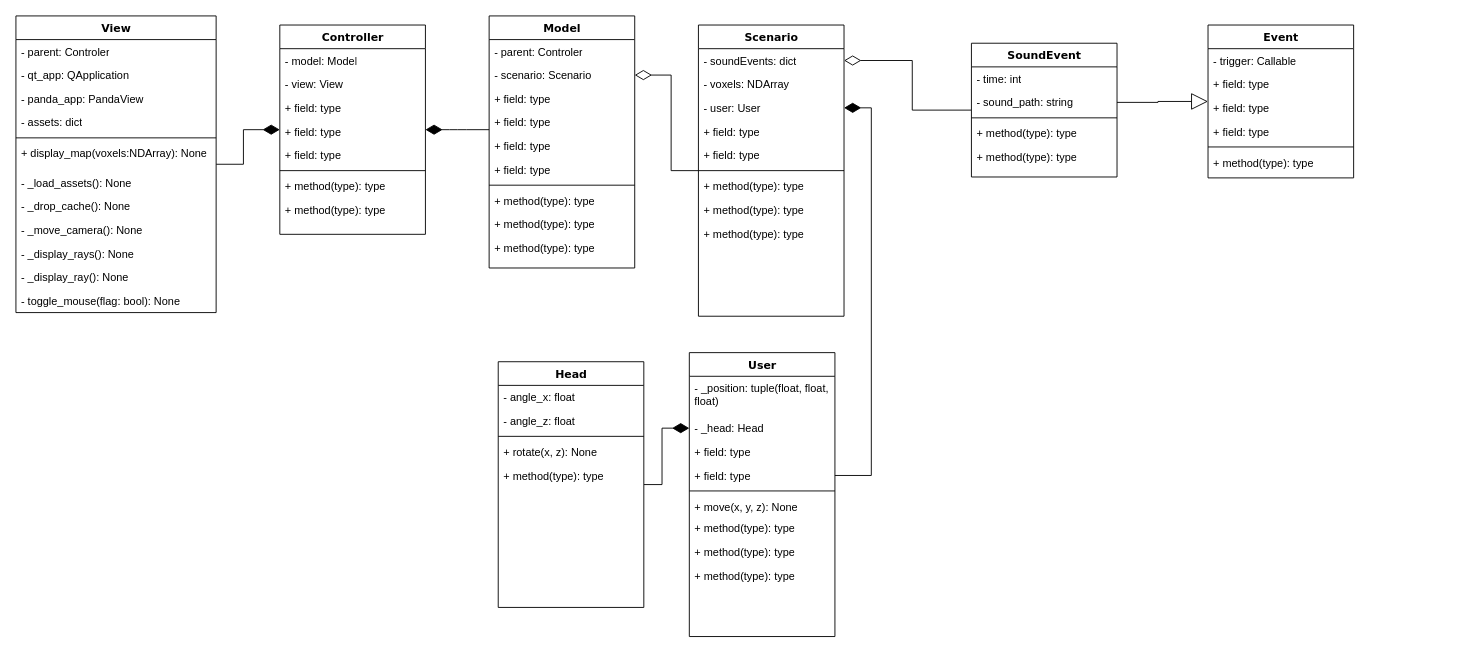
Above: doc/UML/Draft - Classes - Joel.drawio in Cemecla/Acoustic-Tracing (draw.io), before the change. Source tidied: cells renumbered, new cells numbered last; positions are measured from the earlier drawing's top-left corner, leaving out a move shared by most shapes. Both pictures are drawn from the tidied source at 91%, with x=0, y=0 at pixel (15, 15).
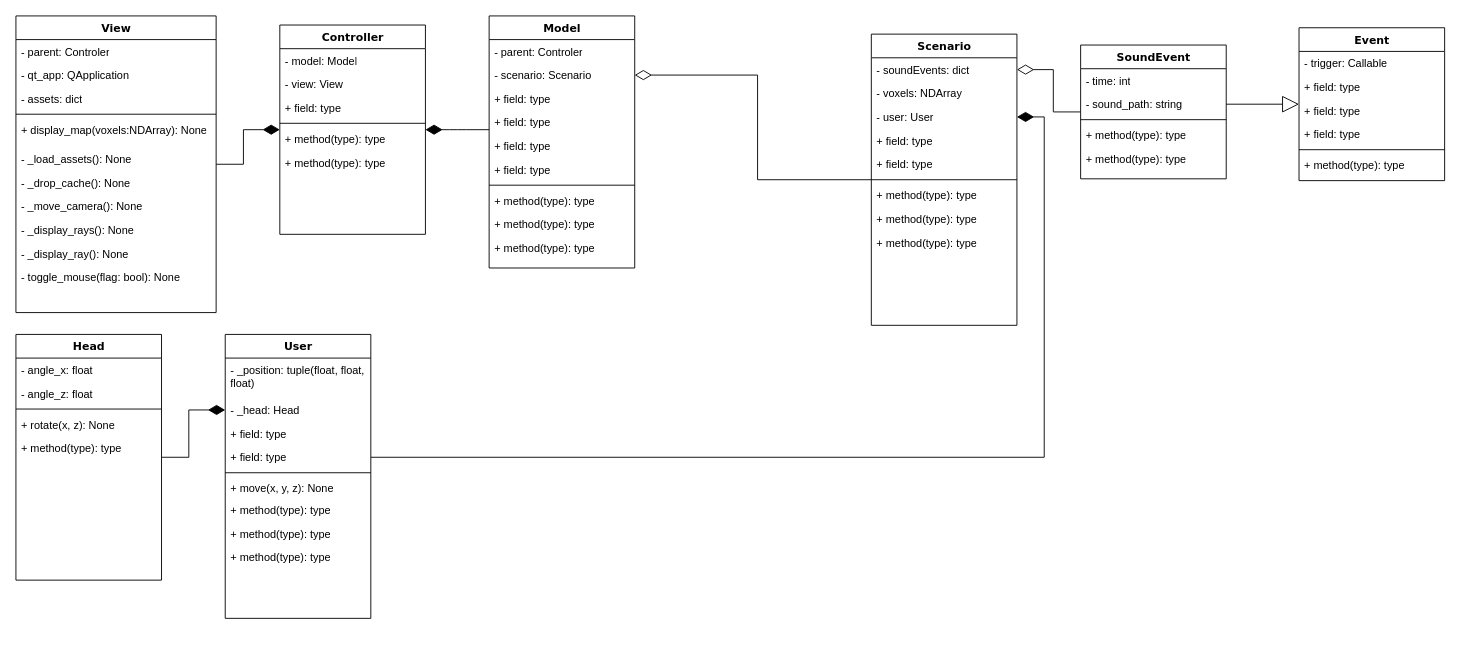
The same page after the edit.

Commit message (it also covers changes not shown here):
Update UML Classe and Conception.docx

Unchanged cells that the change refers to:
```xml
<mxCell id="3" value="Controller" style="swimlane;html=1;fontStyle=1;align=center;verticalAlign=top;horizontal=1;startSize=26;swimlaneFillColor=#ffffff;rounded=0;shadow=0;comic=0;labelBackgroundColor=none;strokeWidth=1;fillColor=none;fontFamily=Verdana;fontSize=12;" parent="1" vertex="1">
  <mxGeometry x="290" y="10" width="160" height="230" as="geometry" />
</mxCell>
<mxCell id="23" value="View" style="swimlane;html=1;fontStyle=1;align=center;verticalAlign=top;horizontal=1;startSize=26;swimlaneFillColor=#ffffff;rounded=0;shadow=0;comic=0;labelBackgroundColor=none;strokeWidth=1;fillColor=none;fontFamily=Verdana;fontSize=12;" parent="1" vertex="1">
  <mxGeometry width="220" height="326" as="geometry" />
</mxCell>
```

The edit, as a diff of the source:
```diff
@@
-    <mxCell id="6" value="+ field: type" style="text;html=1;strokeColor=none;fillColor=none;align=left;verticalAlign=top;spacingLeft=4;spacingRight=4;whiteSpace=wrap;overflow=hidden;" parent="3" vertex="1">
-      <mxGeometry y="78" width="160" height="26" as="geometry" />
-    </mxCell>
-    <mxCell id="7" value="+ field: type" style="text;html=1;strokeColor=none;fillColor=none;align=left;verticalAlign=top;spacingLeft=4;spacingRight=4;whiteSpace=wrap;overflow=hidden;" parent="3" vertex="1">
-      <mxGeometry y="104" width="160" height="26" as="geometry" />
-    </mxCell>
     <mxCell id="8" value="+ field: type" style="text;html=1;strokeColor=none;fillColor=none;align=left;verticalAlign=top;spacingLeft=4;spacingRight=4;whiteSpace=wrap;overflow=hidden;" parent="3" vertex="1">
-      <mxGeometry y="130" width="160" height="26" as="geometry" />
+      <mxGeometry y="78" width="160" height="26" as="geometry" />
     </mxCell>
     <mxCell id="9" style="line;html=1;strokeWidth=1;fillColor=none;align=left;verticalAlign=middle;spacingTop=-1;spacingLeft=3;spacingRight=3;labelPosition=right;" parent="3" vertex="1">
-      <mxGeometry y="156" width="160" height="8" as="geometry" />
+      <mxGeometry y="104" width="160" height="8" as="geometry" />
     </mxCell>
     <mxCell id="10" value="+ method(type): type" style="text;html=1;strokeColor=none;fillColor=none;align=left;verticalAlign=top;spacingLeft=4;spacingRight=4;whiteSpace=wrap;overflow=hidden;" parent="3" vertex="1">
-      <mxGeometry y="164" width="160" height="26" as="geometry" />
+      <mxGeometry y="112" width="160" height="26" as="geometry" />
     </mxCell>
     <mxCell id="11" value="+ method(type): type" style="text;html=1;strokeColor=none;fillColor=none;align=left;verticalAlign=top;spacingLeft=4;spacingRight=4;whiteSpace=wrap;overflow=hidden;" parent="3" vertex="1">
-      <mxGeometry y="190" width="160" height="26" as="geometry" />
+      <mxGeometry y="138" width="160" height="26" as="geometry" />
     </mxCell>
@@
-    <mxCell id="26" value="- panda_app: PandaView" style="text;html=1;strokeColor=none;fillColor=none;align=left;verticalAlign=top;spacingLeft=4;spacingRight=4;whiteSpace=wrap;overflow=hidden;" parent="23" vertex="1">
-      <mxGeometry y="78" width="220" height="26" as="geometry" />
-    </mxCell>
     <mxCell id="27" value="- assets: dict" style="text;html=1;strokeColor=none;fillColor=none;align=left;verticalAlign=top;spacingLeft=4;spacingRight=4;whiteSpace=wrap;overflow=hidden;" parent="23" vertex="1">
-      <mxGeometry y="104" width="220" height="26" as="geometry" />
+      <mxGeometry y="78" width="220" height="26" as="geometry" />
     </mxCell>
     <mxCell id="28" style="line;html=1;strokeWidth=1;fillColor=none;align=left;verticalAlign=middle;spacingTop=-1;spacingLeft=3;spacingRight=3;labelPosition=right;" parent="23" vertex="1">
-      <mxGeometry y="130" width="220" height="8" as="geometry" />
+      <mxGeometry y="104" width="220" height="8" as="geometry" />
     </mxCell>
     <mxCell id="29" value="+ display_map(voxels:NDArray): None" style="text;html=1;strokeColor=none;fillColor=none;align=left;verticalAlign=top;spacingLeft=4;spacingRight=4;whiteSpace=wrap;overflow=hidden;" parent="23" vertex="1">
-      <mxGeometry y="138" width="220" height="32" as="geometry" />
+      <mxGeometry y="112" width="220" height="32" as="geometry" />
     </mxCell>
     <mxCell id="30" value="- _load_assets(): None" style="text;html=1;strokeColor=none;fillColor=none;align=left;verticalAlign=top;spacingLeft=4;spacingRight=4;whiteSpace=wrap;overflow=hidden;" parent="23" vertex="1">
-      <mxGeometry y="170" width="220" height="26" as="geometry" />
+      <mxGeometry y="144" width="220" height="26" as="geometry" />
     </mxCell>
     <mxCell id="31" value="- _drop_cache(): None" style="text;html=1;strokeColor=none;fillColor=none;align=left;verticalAlign=top;spacingLeft=4;spacingRight=4;whiteSpace=wrap;overflow=hidden;" parent="23" vertex="1">
-      <mxGeometry y="196" width="220" height="26" as="geometry" />
+      <mxGeometry y="170" width="220" height="26" as="geometry" />
     </mxCell>
     <mxCell id="32" value="- _move_camera(): None" style="text;html=1;strokeColor=none;fillColor=none;align=left;verticalAlign=top;spacingLeft=4;spacingRight=4;whiteSpace=wrap;overflow=hidden;" parent="23" vertex="1">
-      <mxGeometry y="222" width="220" height="26" as="geometry" />
+      <mxGeometry y="196" width="220" height="26" as="geometry" />
     </mxCell>
     <mxCell id="33" value="- _display_rays(): None" style="text;html=1;strokeColor=none;fillColor=none;align=left;verticalAlign=top;spacingLeft=4;spacingRight=4;whiteSpace=wrap;overflow=hidden;" parent="23" vertex="1">
-      <mxGeometry y="248" width="220" height="26" as="geometry" />
+      <mxGeometry y="222" width="220" height="26" as="geometry" />
     </mxCell>
     <mxCell id="34" value="- _display_ray(): None" style="text;html=1;strokeColor=none;fillColor=none;align=left;verticalAlign=top;spacingLeft=4;spacingRight=4;whiteSpace=wrap;overflow=hidden;" parent="23" vertex="1">
-      <mxGeometry y="274" width="220" height="26" as="geometry" />
+      <mxGeometry y="248" width="220" height="26" as="geometry" />
     </mxCell>
     <mxCell id="35" value="- toggle_mouse(flag: bool): None" style="text;html=1;strokeColor=none;fillColor=none;align=left;verticalAlign=top;spacingLeft=4;spacingRight=4;whiteSpace=wrap;overflow=hidden;" parent="23" vertex="1">
-      <mxGeometry y="300" width="220" height="26" as="geometry" />
+      <mxGeometry y="274" width="220" height="26" as="geometry" />
     </mxCell>
@@
     <mxCell id="37" value="Scenario" style="swimlane;html=1;fontStyle=1;align=center;verticalAlign=top;horizontal=1;startSize=26;swimlaneFillColor=#ffffff;rounded=0;shadow=0;comic=0;labelBackgroundColor=none;strokeWidth=1;fillColor=none;fontFamily=Verdana;fontSize=12;" parent="1" vertex="1">
-      <mxGeometry x="750" y="10" width="160" height="320" as="geometry" />
+      <mxGeometry x="940" y="20" width="160" height="320" as="geometry" />
     </mxCell>
@@
     <mxCell id="47" value="User" style="swimlane;html=1;fontStyle=1;align=center;verticalAlign=top;horizontal=1;startSize=26;swimlaneFillColor=#ffffff;rounded=0;shadow=0;comic=0;labelBackgroundColor=none;strokeWidth=1;fillColor=none;fontFamily=Verdana;fontSize=12;" parent="1" vertex="1">
-      <mxGeometry x="740" y="370" width="160" height="312" as="geometry" />
+      <mxGeometry x="230" y="350" width="160" height="312" as="geometry" />
     </mxCell>
@@
     <mxCell id="58" value="Head" style="swimlane;html=1;fontStyle=1;align=center;verticalAlign=top;horizontal=1;startSize=26;swimlaneFillColor=#ffffff;rounded=0;shadow=0;comic=0;labelBackgroundColor=none;strokeWidth=1;fillColor=none;fontFamily=Verdana;fontSize=12;" parent="1" vertex="1">
-      <mxGeometry x="530" y="380" width="160" height="270" as="geometry" />
+      <mxGeometry y="350" width="160" height="270" as="geometry" />
     </mxCell>
@@
     <mxCell id="64" value="Event" style="swimlane;html=1;fontStyle=1;align=center;verticalAlign=top;horizontal=1;startSize=26;swimlaneFillColor=#ffffff;rounded=0;shadow=0;comic=0;labelBackgroundColor=none;strokeWidth=1;fillColor=none;fontFamily=Verdana;fontSize=12;" parent="1" vertex="1">
-      <mxGeometry x="1310" y="10" width="160" height="168" as="geometry" />
+      <mxGeometry x="1410" y="13" width="160" height="168" as="geometry" />
     </mxCell>
@@
     <mxCell id="72" value="SoundEvent" style="swimlane;html=1;fontStyle=1;align=center;verticalAlign=top;horizontal=1;startSize=26;swimlaneFillColor=#ffffff;rounded=0;shadow=0;comic=0;labelBackgroundColor=none;strokeWidth=1;fillColor=none;fontFamily=Verdana;fontSize=12;" parent="1" vertex="1">
-      <mxGeometry x="1050" y="30" width="160" height="147" as="geometry" />
+      <mxGeometry x="1170" y="32" width="160" height="147" as="geometry" />
     </mxCell>
```
